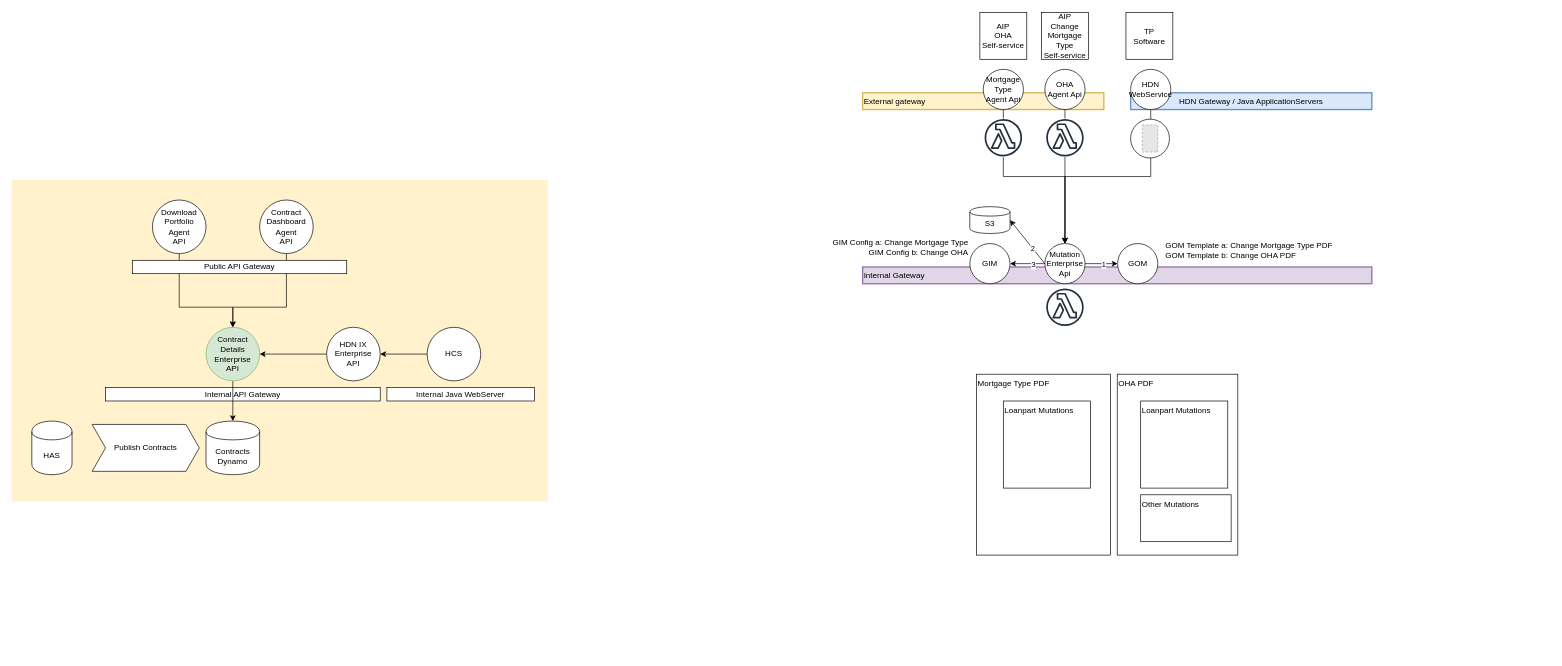
The draw.io diagram page "MutationApi" (4 of 5) of GIm-GOM-GUM.drawio in luchthandel/diagrams, before the edit. Source tidied: cells renumbered, new cells numbered last; positions are measured from the earlier drawing's top-left corner, leaving out a move shared by most shapes. Both pictures are drawn from the tidied source at 67%, with x=0, y=0 at pixel (11, 12). Pictures stored in the file or linked from it are replaced by grey dashed boxes.
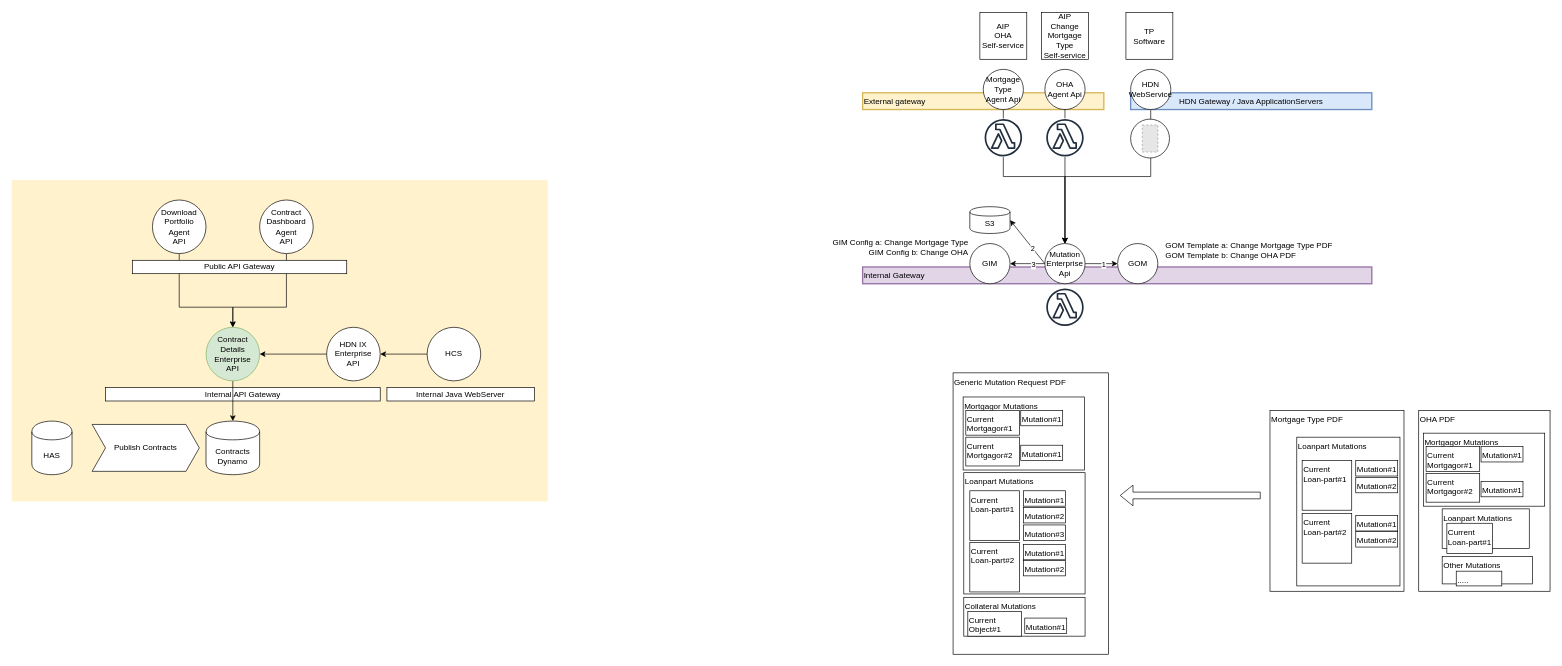
After the change.

What changed in the source:
```diff
@@
     <mxCell id="34" value="OHA PDF" style="whiteSpace=wrap;html=1;align=left;verticalAlign=top;" parent="1" vertex="1">
-      <mxGeometry x="1650" y="540" width="180" height="270" as="geometry" />
+      <mxGeometry x="2100" y="594" width="196" height="270" as="geometry" />
     </mxCell>
     <mxCell id="35" value="Mortgage Type PDF" style="whiteSpace=wrap;html=1;align=left;verticalAlign=top;" parent="1" vertex="1">
-      <mxGeometry x="1440" y="540" width="200" height="270" as="geometry" />
+      <mxGeometry x="1878" y="594" width="200" height="270" as="geometry" />
     </mxCell>
     <mxCell id="36" value="Loanpart Mutations" style="whiteSpace=wrap;html=1;align=left;verticalAlign=top;" parent="1" vertex="1">
-      <mxGeometry x="1480" y="580" width="130" height="130" as="geometry" />
+      <mxGeometry x="1918" y="634" width="154" height="222" as="geometry" />
     </mxCell>
     <mxCell id="37" value="Loanpart Mutations" style="whiteSpace=wrap;html=1;align=left;verticalAlign=top;" parent="1" vertex="1">
-      <mxGeometry x="1685" y="580" width="130" height="130" as="geometry" />
+      <mxGeometry x="2135" y="741" width="130" height="59" as="geometry" />
     </mxCell>
     <mxCell id="38" value="Other Mutations" style="whiteSpace=wrap;html=1;align=left;verticalAlign=top;" parent="1" vertex="1">
-      <mxGeometry x="1685" y="720" width="135" height="70" as="geometry" />
+      <mxGeometry x="2135" y="812" width="135" height="41" as="geometry" />
     </mxCell>
@@
+    <mxCell id="56" value="Generic Mutation Request PDF" style="whiteSpace=wrap;html=1;align=left;verticalAlign=top;" parent="1" vertex="1">
+      <mxGeometry x="1405" y="538" width="232" height="420" as="geometry" />
+    </mxCell>
+    <mxCell id="57" value="Loanpart Mutations" style="whiteSpace=wrap;html=1;align=left;verticalAlign=top;" parent="1" vertex="1">
+      <mxGeometry x="1421" y="687" width="181" height="181" as="geometry" />
+    </mxCell>
+    <mxCell id="58" value="Current Loan-part#1" style="whiteSpace=wrap;html=1;align=left;verticalAlign=top;" parent="1" vertex="1">
+      <mxGeometry x="1430" y="714" width="74" height="74" as="geometry" />
+    </mxCell>
+    <mxCell id="59" value="Mutation#1" style="whiteSpace=wrap;html=1;align=left;verticalAlign=top;" parent="1" vertex="1">
+      <mxGeometry x="1510" y="714" width="62.6" height="23" as="geometry" />
+    </mxCell>
+    <mxCell id="60" value="Mutation#2" style="whiteSpace=wrap;html=1;align=left;verticalAlign=top;" parent="1" vertex="1">
+      <mxGeometry x="1510" y="739" width="62.6" height="23" as="geometry" />
+    </mxCell>
+    <mxCell id="61" value="Mutation#3" style="whiteSpace=wrap;html=1;align=left;verticalAlign=top;" parent="1" vertex="1">
+      <mxGeometry x="1510" y="765" width="62.6" height="23" as="geometry" />
+    </mxCell>
+    <mxCell id="62" value="Current Loan-part#2" style="whiteSpace=wrap;html=1;align=left;verticalAlign=top;" parent="1" vertex="1">
+      <mxGeometry x="1430" y="791" width="74" height="74" as="geometry" />
+    </mxCell>
+    <mxCell id="63" value="Mutation#1" style="whiteSpace=wrap;html=1;align=left;verticalAlign=top;" parent="1" vertex="1">
+      <mxGeometry x="1510" y="794" width="62.6" height="23" as="geometry" />
+    </mxCell>
+    <mxCell id="64" value="Mutation#2" style="whiteSpace=wrap;html=1;align=left;verticalAlign=top;" parent="1" vertex="1">
+      <mxGeometry x="1510" y="818" width="62.6" height="23" as="geometry" />
+    </mxCell>
+    <mxCell id="65" value="Mortgagor Mutations" style="whiteSpace=wrap;html=1;align=left;verticalAlign=top;" parent="1" vertex="1">
+      <mxGeometry x="1420" y="574" width="181" height="109" as="geometry" />
+    </mxCell>
+    <mxCell id="66" value="Collateral Mutations" style="whiteSpace=wrap;html=1;align=left;verticalAlign=top;" parent="1" vertex="1">
+      <mxGeometry x="1421" y="873" width="181" height="58" as="geometry" />
+    </mxCell>
+    <mxCell id="67" value="Current Mortgagor#1" style="whiteSpace=wrap;html=1;align=left;verticalAlign=top;" parent="1" vertex="1">
+      <mxGeometry x="1424" y="594" width="80" height="37" as="geometry" />
+    </mxCell>
+    <mxCell id="68" value="Current Mortgagor#2" style="whiteSpace=wrap;html=1;align=left;verticalAlign=top;" parent="1" vertex="1">
+      <mxGeometry x="1424" y="634" width="80" height="43" as="geometry" />
+    </mxCell>
+    <mxCell id="69" value="Mutation#1" style="whiteSpace=wrap;html=1;align=left;verticalAlign=top;" parent="1" vertex="1">
+      <mxGeometry x="1506" y="594" width="62.6" height="23" as="geometry" />
+    </mxCell>
+    <mxCell id="70" value="Mutation#1" style="whiteSpace=wrap;html=1;align=left;verticalAlign=top;" parent="1" vertex="1">
+      <mxGeometry x="1506" y="646" width="62.6" height="23" as="geometry" />
+    </mxCell>
+    <mxCell id="71" value="Current Object#1" style="whiteSpace=wrap;html=1;align=left;verticalAlign=top;" parent="1" vertex="1">
+      <mxGeometry x="1427" y="894" width="80" height="37" as="geometry" />
+    </mxCell>
+    <mxCell id="72" value="Mutation#1" style="whiteSpace=wrap;html=1;align=left;verticalAlign=top;" parent="1" vertex="1">
+      <mxGeometry x="1512" y="904" width="62.6" height="23" as="geometry" />
+    </mxCell>
+    <mxCell id="73" style="shape=flexArrow;endArrow=classic;html=1;" parent="1" edge="1">
+      <mxGeometry relative="1" as="geometry">
+        <mxPoint x="1864" y="721" as="sourcePoint" />
+        <mxPoint x="1654" y="721" as="targetPoint" />
+      </mxGeometry>
+    </mxCell>
+    <mxCell id="74" value="Current Loan-part#1" style="whiteSpace=wrap;html=1;align=left;verticalAlign=top;" parent="1" vertex="1">
+      <mxGeometry x="1926" y="669" width="74" height="74" as="geometry" />
+    </mxCell>
+    <mxCell id="75" value="Mutation#1" style="whiteSpace=wrap;html=1;align=left;verticalAlign=top;" parent="1" vertex="1">
+      <mxGeometry x="2006" y="669" width="62.6" height="23" as="geometry" />
+    </mxCell>
+    <mxCell id="76" value="Mutation#2" style="whiteSpace=wrap;html=1;align=left;verticalAlign=top;" parent="1" vertex="1">
+      <mxGeometry x="2006" y="694" width="62.6" height="23" as="geometry" />
+    </mxCell>
+    <mxCell id="77" value="Current Loan-part#2" style="whiteSpace=wrap;html=1;align=left;verticalAlign=top;" parent="1" vertex="1">
+      <mxGeometry x="1926" y="748" width="74" height="74" as="geometry" />
+    </mxCell>
+    <mxCell id="78" value="Mutation#1" style="whiteSpace=wrap;html=1;align=left;verticalAlign=top;" parent="1" vertex="1">
+      <mxGeometry x="2006" y="751" width="62.6" height="23" as="geometry" />
+    </mxCell>
+    <mxCell id="79" value="Mutation#2" style="whiteSpace=wrap;html=1;align=left;verticalAlign=top;" parent="1" vertex="1">
+      <mxGeometry x="2006" y="775" width="62.6" height="23" as="geometry" />
+    </mxCell>
+    <mxCell id="80" value="Current Loan-part#1" style="whiteSpace=wrap;html=1;align=left;verticalAlign=top;" parent="1" vertex="1">
+      <mxGeometry x="2142" y="762.5" width="68" height="45" as="geometry" />
+    </mxCell>
+    <mxCell id="81" value="....." style="whiteSpace=wrap;html=1;align=left;verticalAlign=top;" parent="1" vertex="1">
+      <mxGeometry x="2156" y="834" width="68" height="22" as="geometry" />
+    </mxCell>
+    <mxCell id="82" value="Mortgagor Mutations" style="whiteSpace=wrap;html=1;align=left;verticalAlign=top;" parent="1" vertex="1">
+      <mxGeometry x="2107" y="628" width="181" height="109" as="geometry" />
+    </mxCell>
+    <mxCell id="83" value="Current Mortgagor#1" style="whiteSpace=wrap;html=1;align=left;verticalAlign=top;" parent="1" vertex="1">
+      <mxGeometry x="2111" y="648" width="80" height="37" as="geometry" />
+    </mxCell>
+    <mxCell id="84" value="Current Mortgagor#2" style="whiteSpace=wrap;html=1;align=left;verticalAlign=top;" parent="1" vertex="1">
+      <mxGeometry x="2111" y="688" width="80" height="43" as="geometry" />
+    </mxCell>
+    <mxCell id="85" value="Mutation#1" style="whiteSpace=wrap;html=1;align=left;verticalAlign=top;" parent="1" vertex="1">
+      <mxGeometry x="2193" y="648" width="62.6" height="23" as="geometry" />
+    </mxCell>
+    <mxCell id="86" value="Mutation#1" style="whiteSpace=wrap;html=1;align=left;verticalAlign=top;" parent="1" vertex="1">
+      <mxGeometry x="2193" y="700" width="62.6" height="23" as="geometry" />
+    </mxCell>
```
